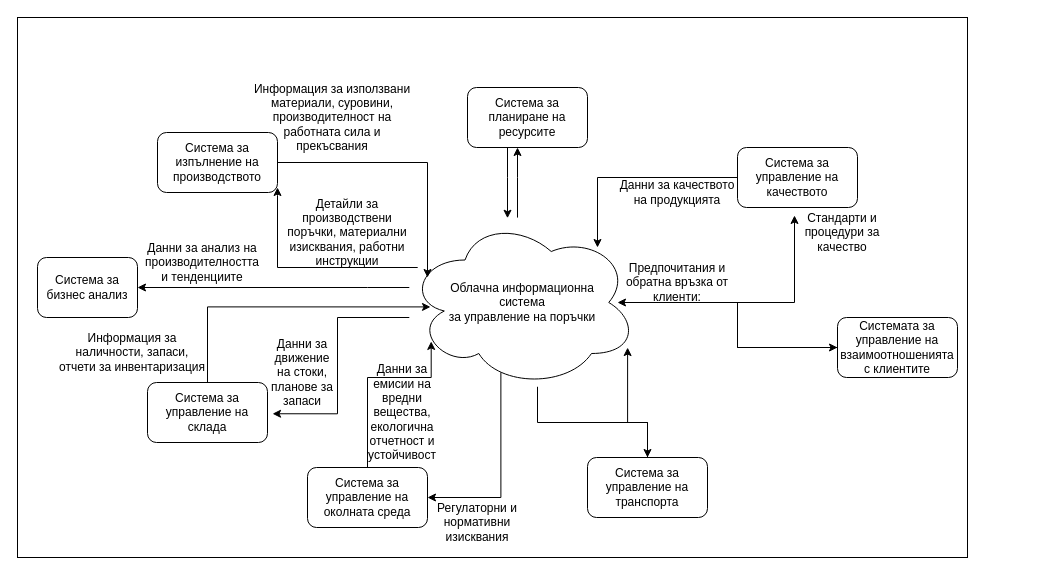
Before: Chapter1/PersoSystDiagram.drawio in profjordanov/phd, a draw.io diagram. Source tidied: cells renumbered, new cells numbered last; positions are measured from the earlier drawing's top-left corner, leaving out a move shared by most shapes. Both pictures are drawn from the tidied source at 100%, with x=0, y=0 at pixel (17, 17).
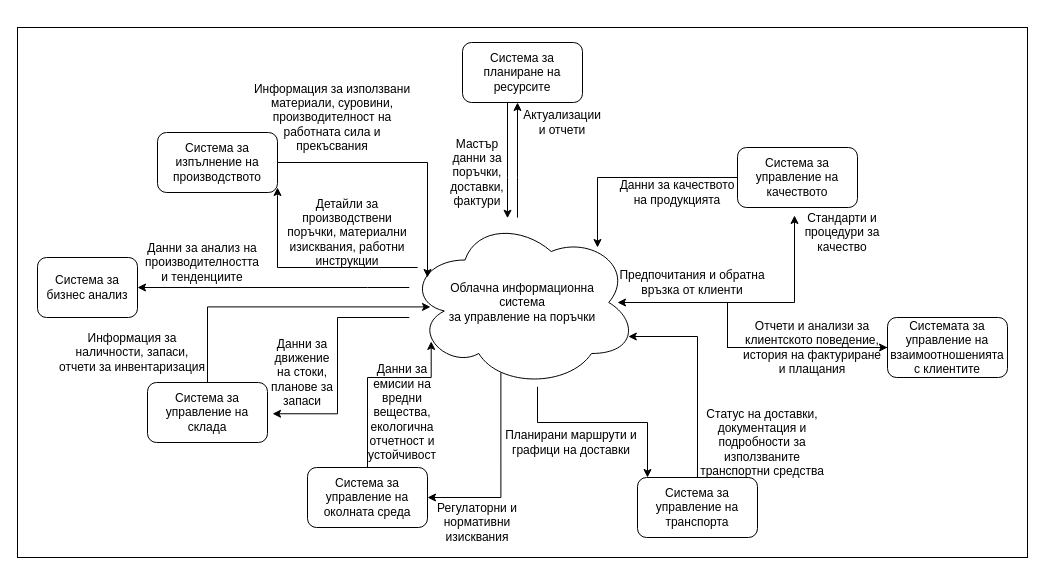
Above is the later version.

The change refers to these unchanged cells:
```xml
<mxCell id="8" value="Облачна информационна &lt;br&gt;система&lt;br&gt;за управление на поръчки" style="ellipse;shape=cloud;whiteSpace=wrap;html=1;" parent="1" vertex="1">
  <mxGeometry x="390" y="200" width="230" height="170" as="geometry" />
</mxCell>
```

Diff of the diagram source:
```diff
@@
     <mxCell id="2" style="rounded=0;whiteSpace=wrap;html=1;" parent="1" vertex="1">
-      <mxGeometry width="950" height="540" as="geometry" />
+      <mxGeometry y="10" width="1010" height="530" as="geometry" />
     </mxCell>
@@
     <mxCell id="6" style="edgeStyle=orthogonalEdgeStyle;rounded=0;jettySize=auto;html=1;entryX=0;entryY=0.5;entryDx=0;entryDy=0;" parent="1" edge="1" source="8" target="11">
-      <mxGeometry relative="1" as="geometry" />
+      <mxGeometry relative="1" as="geometry">
+        <Array as="points">
+          <mxPoint x="710" y="285" />
+          <mxPoint x="710" y="330" />
+        </Array>
+      </mxGeometry>
     </mxCell>
@@
     <mxCell id="10" value="Система за управление на транспорта" style="rounded=1;whiteSpace=wrap;html=1;" parent="1" vertex="1">
-      <mxGeometry x="570" y="440" width="120" height="60" as="geometry" />
+      <mxGeometry x="620" y="460" width="120" height="60" as="geometry" />
     </mxCell>
     <mxCell id="11" value="Системата за управление на взаимоотношенията с клиентите" style="rounded=1;whiteSpace=wrap;html=1;" parent="1" vertex="1">
-      <mxGeometry x="820" y="300" width="120" height="60" as="geometry" />
+      <mxGeometry x="870" y="300" width="120" height="60" as="geometry" />
     </mxCell>
@@
     <mxCell id="15" value="Система за планиране на ресурсите" style="rounded=1;whiteSpace=wrap;html=1;" parent="1" vertex="1">
-      <mxGeometry x="450" y="70" width="120" height="60" as="geometry" />
+      <mxGeometry x="445" y="25" width="120" height="60" as="geometry" />
     </mxCell>
@@
-    <mxCell id="20" style="edgeStyle=orthogonalEdgeStyle;rounded=0;jettySize=auto;html=1;entryX=0.957;entryY=0.765;entryDx=0;entryDy=0;entryPerimeter=0;" parent="1" edge="1" source="10" target="8">
-      <mxGeometry relative="1" as="geometry" />
-    </mxCell>
     <mxCell id="21" style="edgeStyle=orthogonalEdgeStyle;rounded=0;jettySize=auto;html=1;entryX=0.913;entryY=0.5;entryDx=0;entryDy=0;entryPerimeter=0;" parent="1" edge="1" source="11" target="8">
-      <mxGeometry relative="1" as="geometry" />
+      <mxGeometry relative="1" as="geometry">
+        <Array as="points">
+          <mxPoint x="710" y="330" />
+          <mxPoint x="710" y="285" />
+        </Array>
+      </mxGeometry>
     </mxCell>
@@
-    <mxCell id="36" value="Предпочитания и обратна връзка от клиенти:" style="text;html=1;align=center;verticalAlign=middle;whiteSpace=wrap;rounded=0;" parent="1" vertex="1">
-      <mxGeometry x="600" y="250" width="120" height="30" as="geometry" />
+    <mxCell id="36" value="Предпочитания и обратна връзка от клиенти" style="text;html=1;align=center;verticalAlign=middle;whiteSpace=wrap;rounded=0;" parent="1" vertex="1">
+      <mxGeometry x="600" y="250" width="150" height="30" as="geometry" />
     </mxCell>
+    <mxCell id="37" value="Отчети и анализи за клиентското поведение, история на фактуриране и плащания" style="text;html=1;align=center;verticalAlign=middle;whiteSpace=wrap;rounded=0;" parent="1" vertex="1">
+      <mxGeometry x="720" y="315" width="150" height="30" as="geometry" />
+    </mxCell>
+    <mxCell id="38" value="Планирани маршрути и графици на доставки" style="text;html=1;align=center;verticalAlign=middle;whiteSpace=wrap;rounded=0;" parent="1" vertex="1">
+      <mxGeometry x="479" y="410" width="150" height="30" as="geometry" />
+    </mxCell>
+    <mxCell id="39" value="Статус на доставки, документация и подробности за използваните транспортни средства" style="text;html=1;align=center;verticalAlign=middle;whiteSpace=wrap;rounded=0;" parent="1" vertex="1">
+      <mxGeometry x="670" y="410" width="150" height="30" as="geometry" />
+    </mxCell>
+    <mxCell id="20" style="edgeStyle=orthogonalEdgeStyle;rounded=0;jettySize=auto;html=1;entryX=0.96;entryY=0.7;entryDx=0;entryDy=0;entryPerimeter=0;" parent="1" edge="1" source="10" target="8">
+      <mxGeometry relative="1" as="geometry">
+        <Array as="points">
+          <mxPoint x="680" y="319" />
+        </Array>
+      </mxGeometry>
+    </mxCell>
+    <mxCell id="40" value="Мастър данни за поръчки, доставки, фактури" style="text;html=1;align=center;verticalAlign=middle;whiteSpace=wrap;rounded=0;" parent="1" vertex="1">
+      <mxGeometry x="425" y="140" width="70" height="30" as="geometry" />
+    </mxCell>
+    <mxCell id="41" value="Актуализации и отчети" style="text;html=1;align=center;verticalAlign=middle;whiteSpace=wrap;rounded=0;" parent="1" vertex="1">
+      <mxGeometry x="510" y="90" width="70" height="30" as="geometry" />
+    </mxCell>
```
